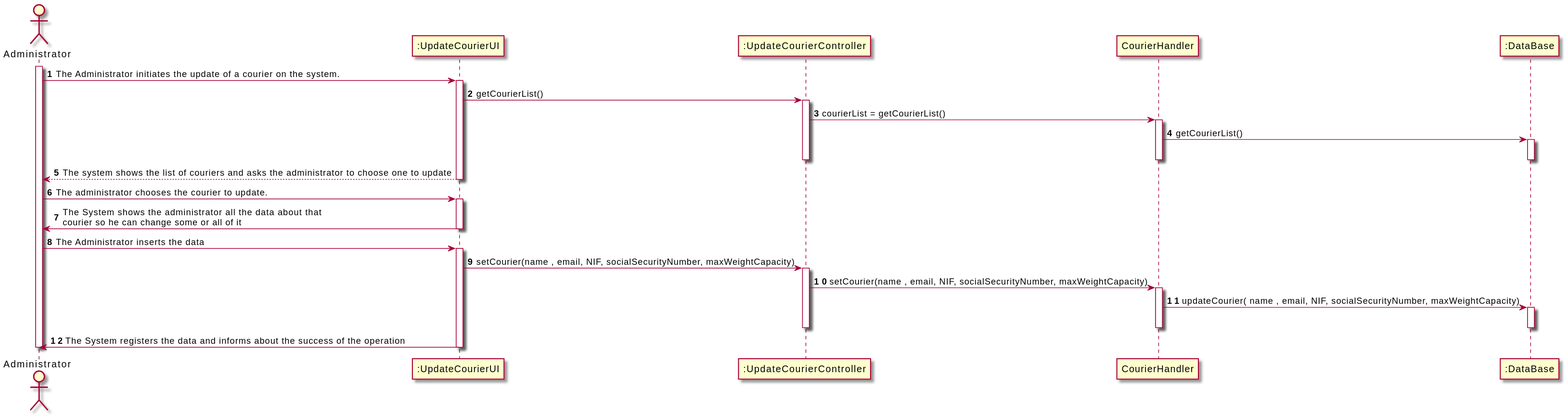
Before: Documents/UC5/UC5_SD.svg, a diagram exported from PlantUML (1190452/LAPR3).
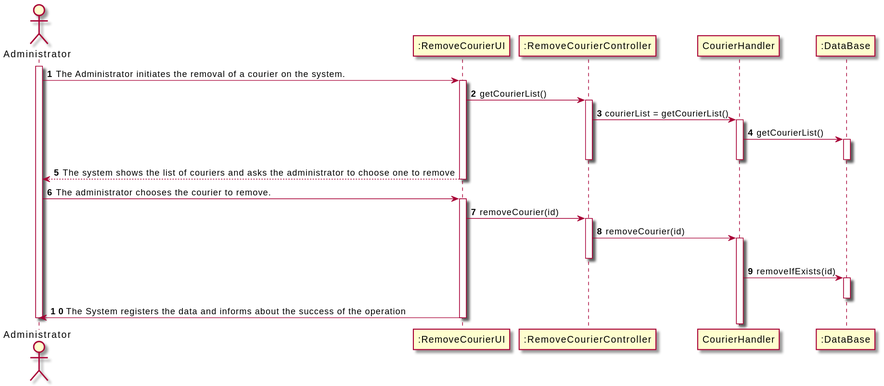
Above is the later version.

Change to the diagram source:
```diff
@@ -2,14 +2,14 @@
 autonumber
 actor "Administrator" as ADM
 
-participant ":UpdateCourierUI" as UI
-participant ":UpdateCourierController" as CTRL
+participant ":RemoveCourierUI" as UI
+participant ":RemoveCourierController" as CTRL
 participant "CourierHandler" as HANDLER
 participant ":DataBase" as DB
 
 
 activate ADM
-ADM -> UI : The Administrator initiates the update of a courier on the system.
+ADM -> UI : The Administrator initiates the removal of a courier on the system.
 activate UI
 
 UI -> CTRL : getCourierList()
@@ -24,31 +24,24 @@
 deactivate CTRL
 deactivate HANDLER
 deactivate DB
-UI --> ADM : The system shows the list of couriers and asks the administrator to choose one to update
+UI --> ADM : The system shows the list of couriers and asks the administrator to choose one to remove
 
 deactivate UI
 
-ADM -> UI : The administrator chooses the courier to update.
+ADM -> UI : The administrator chooses the courier to remove.
 activate UI
 
-UI -> ADM : The System shows the administrator all the data about that \ncourier so he can change some or all of it
-deactivate UI
-
-ADM -> UI : The Administrator inserts the data
-activate UI
-
-UI -> CTRL : setCourier(name , email, NIF, socialSecurityNumber, maxWeightCapacity)
+UI -> CTRL : removeCourier(id)
 activate CTRL
 
-CTRL -> HANDLER : setCourier(name , email, NIF, socialSecurityNumber, maxWeightCapacity)
+CTRL -> HANDLER : removeCourier(id)
 activate HANDLER
+deactivate CTRL
 
-HANDLER -> DB : updateCourier( name , email, NIF, socialSecurityNumber, maxWeightCapacity)
+HANDLER -> DB : removeIfExists(id)
 activate DB
+deactivate DB
 
-deactivate CTRL
-deactivate HANDLER
-deactivate DB
 
 
 UI -> ADM : The System registers the data and informs about the success of the operation
```
